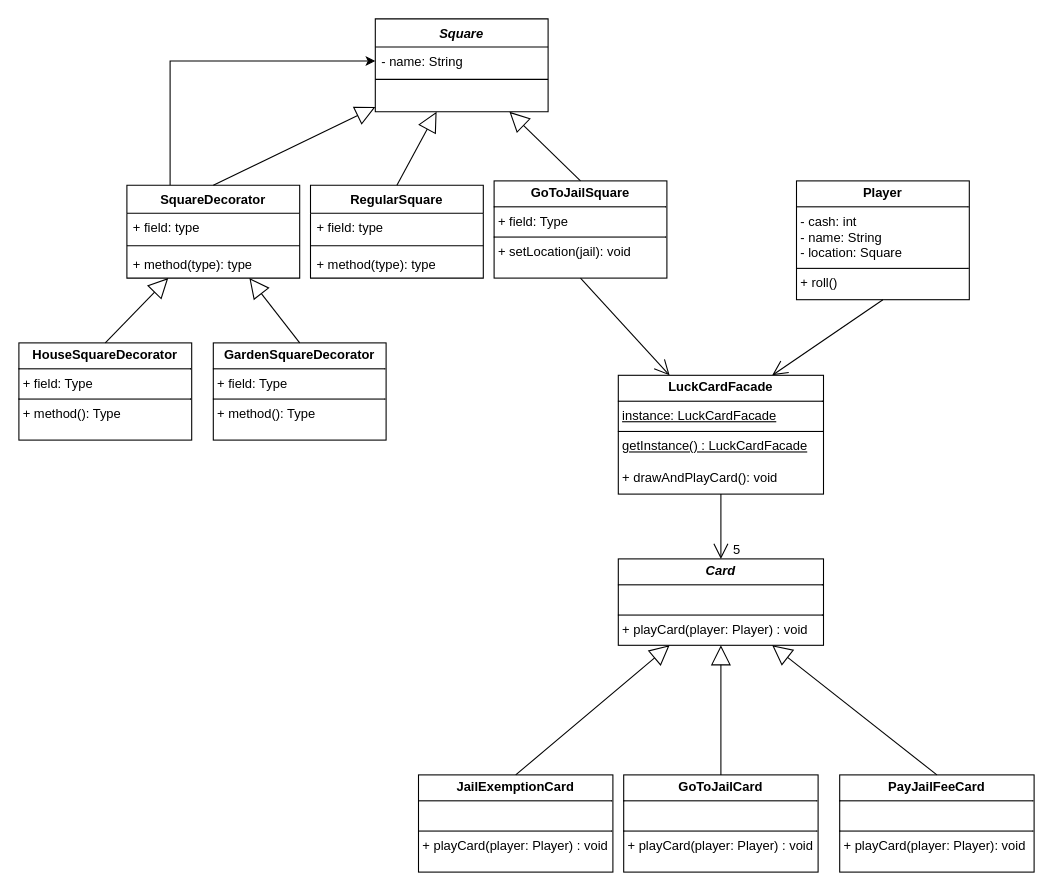
The draw.io diagram workshop7-week8.drawio in antonykimuom/SWEN30006-2025-SM1-workshop1-tuew05-14-00-team-12, before the edit. Source tidied: cells renumbered, new cells numbered last; positions are measured from the earlier drawing's top-left corner, leaving out a move shared by most shapes. Both pictures are drawn from the tidied source at 108%, with x=0, y=0 at pixel (18, 18).
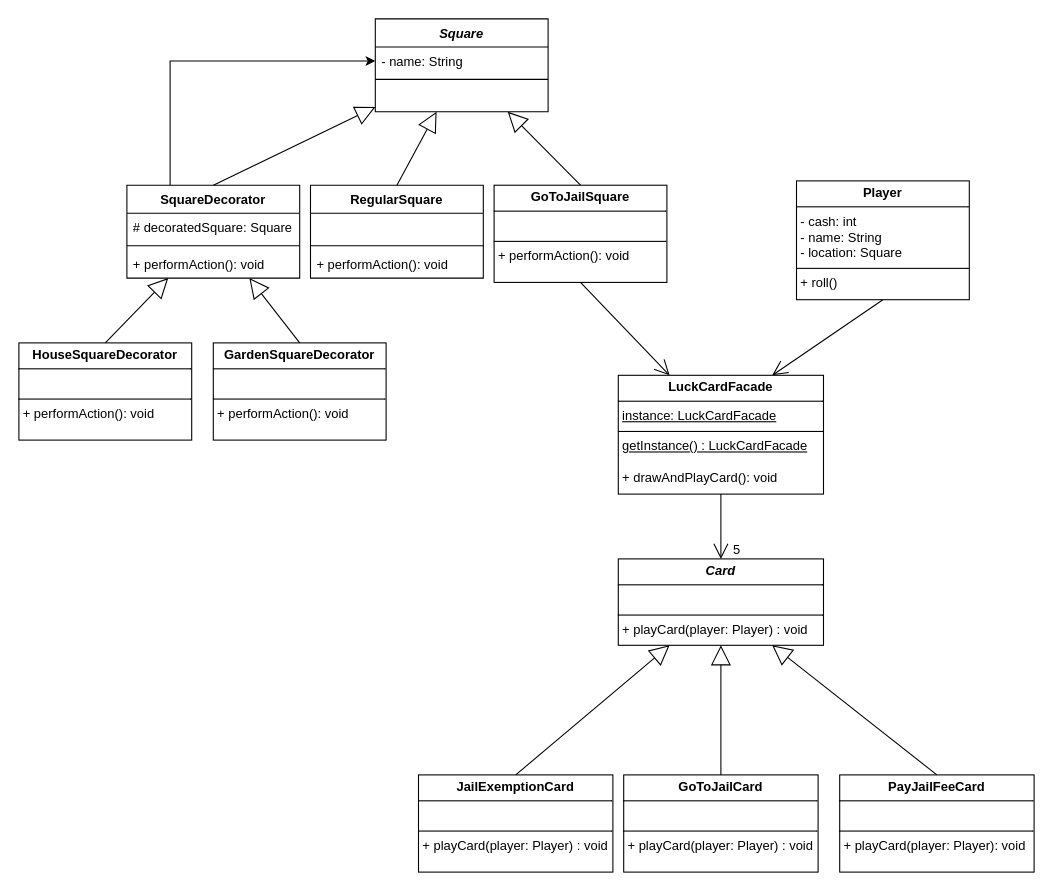
The same diagram, later.

Commit message:
added functions to task 2 stuff

Unchanged cells that the change refers to:
```xml
<mxCell id="16" value="RegularSquare" style="swimlane;fontStyle=1;align=center;verticalAlign=top;horizontal=1;startSize=26;whiteSpace=wrap;html=1;" parent="1" vertex="1">
  <mxGeometry x="270" y="154" width="160" height="86" as="geometry" />
</mxCell>
<mxCell id="27" value="SquareDecorator" style="swimlane;fontStyle=1;align=center;verticalAlign=top;horizontal=1;startSize=26;whiteSpace=wrap;html=1;" parent="1" vertex="1">
  <mxGeometry x="100" y="154" width="160" height="86" as="geometry" />
</mxCell>
```

What changed in the source:
```diff
@@
-    <mxCell id="3" value="&lt;p style=&quot;margin:0px;margin-top:4px;text-align:center;&quot;&gt;&lt;b&gt;GoToJailSquare&lt;/b&gt;&lt;/p&gt;&lt;hr size=&quot;1&quot; style=&quot;border-style:solid;&quot;&gt;&lt;p style=&quot;margin:0px;margin-left:4px;&quot;&gt;+ field: Type&lt;/p&gt;&lt;hr size=&quot;1&quot; style=&quot;border-style:solid;&quot;&gt;&lt;p style=&quot;margin:0px;margin-left:4px;&quot;&gt;+ setLocation(jail): void&lt;/p&gt;" style="verticalAlign=top;align=left;overflow=fill;html=1;whiteSpace=wrap;" parent="1" vertex="1">
-      <mxGeometry x="440" y="150" width="160" height="90" as="geometry" />
+    <mxCell id="3" value="&lt;p style=&quot;margin:0px;margin-top:4px;text-align:center;&quot;&gt;&lt;b&gt;GoToJailSquare&lt;/b&gt;&lt;/p&gt;&lt;hr size=&quot;1&quot; style=&quot;border-style:solid;&quot;&gt;&lt;p style=&quot;margin:0px;margin-left:4px;&quot;&gt;&lt;br&gt;&lt;/p&gt;&lt;hr size=&quot;1&quot; style=&quot;border-style:solid;&quot;&gt;&lt;p style=&quot;margin:0px;margin-left:4px;&quot;&gt;+ performAction(): void&lt;/p&gt;" style="verticalAlign=top;align=left;overflow=fill;html=1;whiteSpace=wrap;" parent="1" vertex="1">
+      <mxGeometry x="440" y="154" width="160" height="90" as="geometry" />
     </mxCell>
@@
-    <mxCell id="17" value="+ field: type" style="text;strokeColor=none;fillColor=none;align=left;verticalAlign=top;spacingLeft=4;spacingRight=4;overflow=hidden;whiteSpace=wrap;html=1;" parent="16" vertex="1">
+    <mxCell id="17" value="&lt;div&gt;&lt;br&gt;&lt;/div&gt;&lt;div&gt;&lt;br&gt;&lt;/div&gt;" style="text;strokeColor=none;fillColor=none;align=left;verticalAlign=top;spacingLeft=4;spacingRight=4;overflow=hidden;whiteSpace=wrap;html=1;" parent="16" vertex="1">
       <mxGeometry y="26" width="160" height="26" as="geometry" />
     </mxCell>
@@
-    <mxCell id="19" value="+ method(type): type" style="text;strokeColor=none;fillColor=none;align=left;verticalAlign=top;spacingLeft=4;spacingRight=4;overflow=hidden;whiteSpace=wrap;html=1;" parent="16" vertex="1">
+    <mxCell id="19" value="+ performAction(): void" style="text;strokeColor=none;fillColor=none;align=left;verticalAlign=top;spacingLeft=4;spacingRight=4;overflow=hidden;whiteSpace=wrap;html=1;" parent="16" vertex="1">
       <mxGeometry y="60" width="160" height="26" as="geometry" />
     </mxCell>
@@
-    <mxCell id="28" value="+ field: type" style="text;strokeColor=none;fillColor=none;align=left;verticalAlign=top;spacingLeft=4;spacingRight=4;overflow=hidden;whiteSpace=wrap;html=1;" parent="27" vertex="1">
+    <mxCell id="28" value="# decoratedSquare: Square" style="text;strokeColor=none;fillColor=none;align=left;verticalAlign=top;spacingLeft=4;spacingRight=4;overflow=hidden;whiteSpace=wrap;html=1;" parent="27" vertex="1">
       <mxGeometry y="26" width="160" height="26" as="geometry" />
     </mxCell>
@@
-    <mxCell id="30" value="+ method(type): type" style="text;strokeColor=none;fillColor=none;align=left;verticalAlign=top;spacingLeft=4;spacingRight=4;overflow=hidden;whiteSpace=wrap;html=1;" parent="27" vertex="1">
+    <mxCell id="30" value="+ performAction(): void" style="text;strokeColor=none;fillColor=none;align=left;verticalAlign=top;spacingLeft=4;spacingRight=4;overflow=hidden;whiteSpace=wrap;html=1;" parent="27" vertex="1">
       <mxGeometry y="60" width="160" height="26" as="geometry" />
     </mxCell>
@@
-    <mxCell id="32" value="&lt;p style=&quot;margin:0px;margin-top:4px;text-align:center;&quot;&gt;&lt;b&gt;HouseSquareDecorator&lt;/b&gt;&lt;/p&gt;&lt;hr size=&quot;1&quot; style=&quot;border-style:solid;&quot;&gt;&lt;p style=&quot;margin:0px;margin-left:4px;&quot;&gt;+ field: Type&lt;/p&gt;&lt;hr size=&quot;1&quot; style=&quot;border-style:solid;&quot;&gt;&lt;p style=&quot;margin:0px;margin-left:4px;&quot;&gt;+ method(): Type&lt;/p&gt;" style="verticalAlign=top;align=left;overflow=fill;html=1;whiteSpace=wrap;" parent="1" vertex="1">
+    <mxCell id="32" value="&lt;p style=&quot;margin:0px;margin-top:4px;text-align:center;&quot;&gt;&lt;b&gt;HouseSquareDecorator&lt;/b&gt;&lt;/p&gt;&lt;hr size=&quot;1&quot; style=&quot;border-style:solid;&quot;&gt;&lt;p style=&quot;margin:0px;margin-left:4px;&quot;&gt;&lt;br&gt;&lt;/p&gt;&lt;hr size=&quot;1&quot; style=&quot;border-style:solid;&quot;&gt;&lt;p style=&quot;margin:0px;margin-left:4px;&quot;&gt;+ performAction(): void&lt;/p&gt;" style="verticalAlign=top;align=left;overflow=fill;html=1;whiteSpace=wrap;" parent="1" vertex="1">
       <mxGeometry y="300" width="160" height="90" as="geometry" />
     </mxCell>
-    <mxCell id="33" value="&lt;p style=&quot;margin:0px;margin-top:4px;text-align:center;&quot;&gt;&lt;b&gt;GardenSquareDecorator&lt;/b&gt;&lt;/p&gt;&lt;hr size=&quot;1&quot; style=&quot;border-style:solid;&quot;&gt;&lt;p style=&quot;margin:0px;margin-left:4px;&quot;&gt;+ field: Type&lt;/p&gt;&lt;hr size=&quot;1&quot; style=&quot;border-style:solid;&quot;&gt;&lt;p style=&quot;margin:0px;margin-left:4px;&quot;&gt;+ method(): Type&lt;/p&gt;" style="verticalAlign=top;align=left;overflow=fill;html=1;whiteSpace=wrap;" parent="1" vertex="1">
+    <mxCell id="33" value="&lt;p style=&quot;margin:0px;margin-top:4px;text-align:center;&quot;&gt;&lt;b&gt;GardenSquareDecorator&lt;/b&gt;&lt;/p&gt;&lt;hr size=&quot;1&quot; style=&quot;border-style:solid;&quot;&gt;&lt;p style=&quot;margin:0px;margin-left:4px;&quot;&gt;&lt;br&gt;&lt;/p&gt;&lt;hr size=&quot;1&quot; style=&quot;border-style:solid;&quot;&gt;&lt;p style=&quot;margin:0px;margin-left:4px;&quot;&gt;+ performAction(): void&lt;/p&gt;" style="verticalAlign=top;align=left;overflow=fill;html=1;whiteSpace=wrap;" parent="1" vertex="1">
       <mxGeometry x="180" y="300" width="160" height="90" as="geometry" />
     </mxCell>
```
